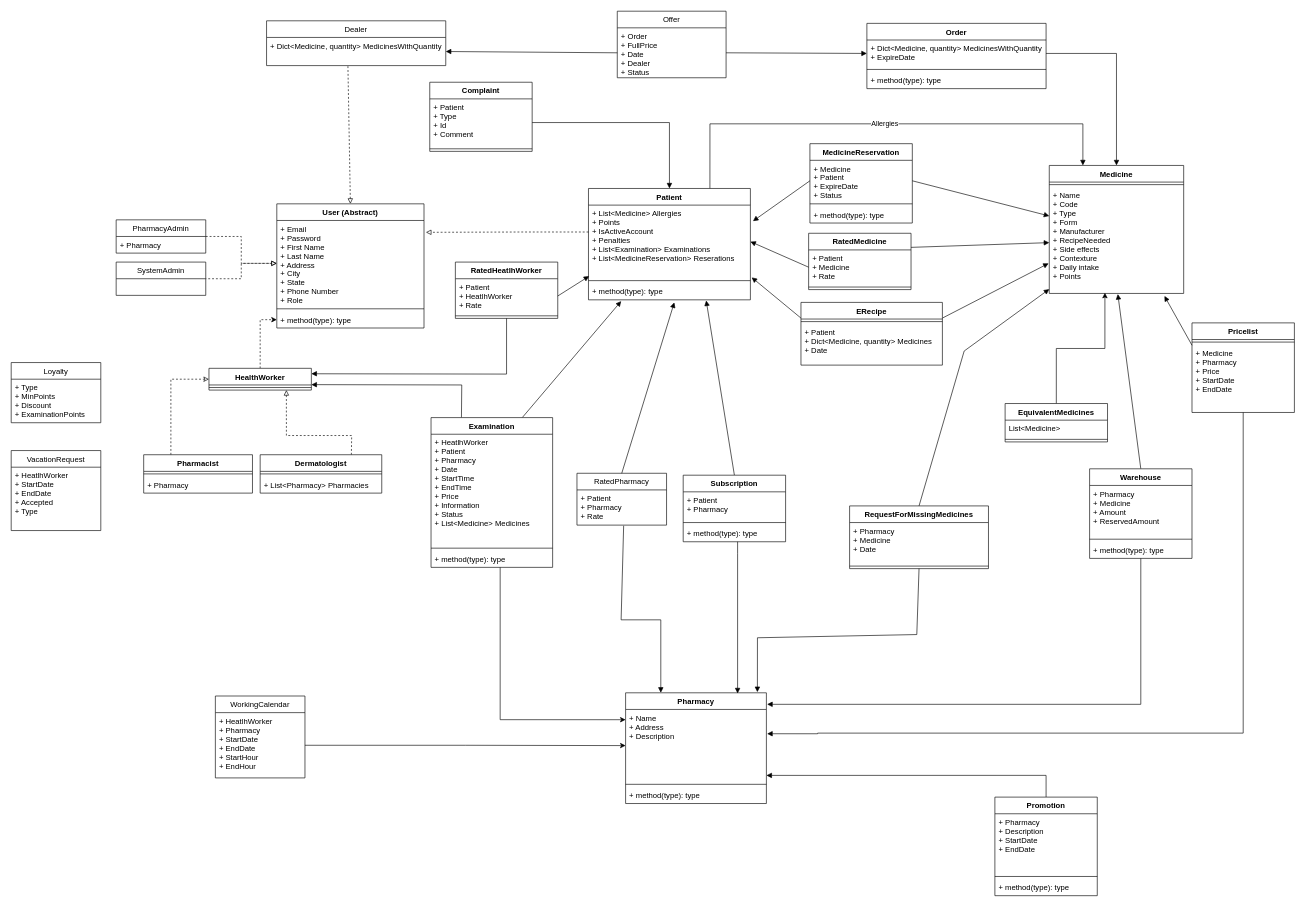
Before: code-design/class-diagram-model.drawio in One-E2-Team/ISA, a draw.io diagram. Source tidied: cells renumbered, new cells numbered last; positions are measured from the earlier drawing's top-left corner, leaving out a move shared by most shapes. Both pictures are drawn from the tidied source at 64%, with x=0, y=0 at pixel (11, 11).
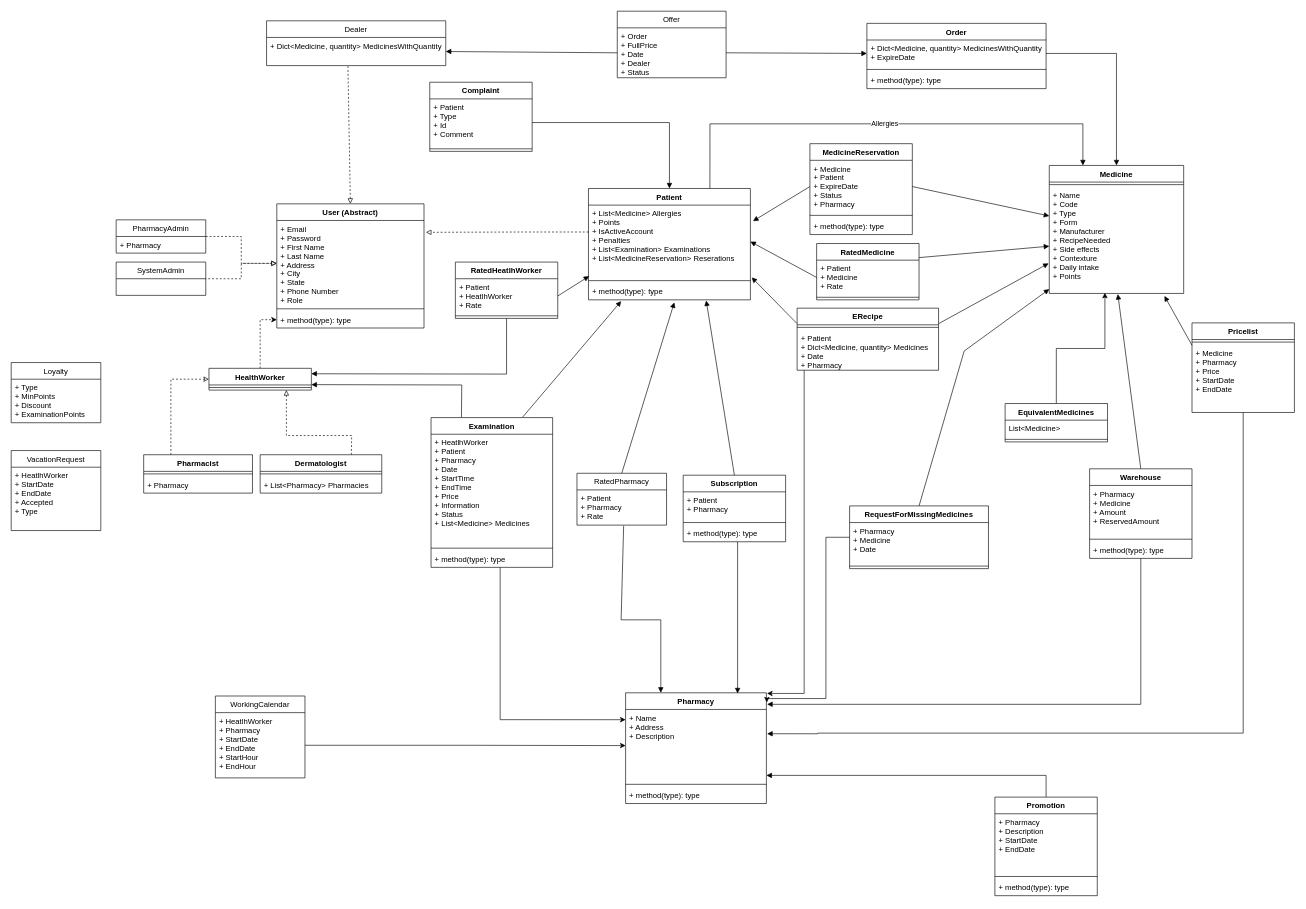
Above is the later version.

Commit message:
Added pharmacy in recipes

Unchanged cells that the change refers to:
```xml
<mxCell id="12" value="Pharmacy" style="swimlane;fontStyle=1;align=center;verticalAlign=top;horizontal=1;startSize=26;" parent="1" vertex="1">
  <mxGeometry x="960" y="1065" width="220" height="173" as="geometry" />
</mxCell>
<mxCell id="90" value="RequestForMissingMedicines" style="swimlane;fontStyle=1;align=center;verticalAlign=top;horizontal=1;startSize=26;" parent="1" vertex="1">
  <mxGeometry x="1310" y="773" width="217" height="98" as="geometry" />
</mxCell>
```

The edit, as a diff of the source:
```diff
@@
+    <mxCell id="121" style="edgeStyle=orthogonalEdgeStyle;rounded=0;jettySize=auto;html=1;" parent="1" edge="1" source="44">
+      <mxGeometry relative="1" as="geometry">
+        <mxPoint x="1181" y="1066" as="targetPoint" />
+        <Array as="points">
+          <mxPoint x="1239" y="1066" />
+        </Array>
+      </mxGeometry>
+    </mxCell>
     <mxCell id="44" value="ERecipe" style="swimlane;fontStyle=1;align=center;verticalAlign=top;horizontal=1;startSize=26;" parent="1" vertex="1">
-      <mxGeometry x="1234" y="455" width="221" height="98" as="geometry" />
+      <mxGeometry x="1228" y="464" width="221" height="97" as="geometry" />
     </mxCell>
@@
-    <mxCell id="46" value="+ Patient&#10;+ Dict&lt;Medicine, quantity&gt; Medicines&#10;+ Date" style="text;strokeColor=none;fillColor=none;align=left;verticalAlign=top;spacingLeft=4;spacingRight=4;overflow=hidden;" parent="44" vertex="1">
-      <mxGeometry y="34" width="221" height="64" as="geometry" />
+    <mxCell id="46" value="+ Patient&#10;+ Dict&lt;Medicine, quantity&gt; Medicines&#10;+ Date&#10;+ Pharmacy" style="text;strokeColor=none;fillColor=none;align=left;verticalAlign=top;spacingLeft=4;spacingRight=4;overflow=hidden;" parent="44" vertex="1">
+      <mxGeometry y="34" width="221" height="63" as="geometry" />
     </mxCell>
     <mxCell id="47" value="MedicineReservation&#10;" style="swimlane;fontStyle=1;align=center;verticalAlign=top;horizontal=1;startSize=26;" parent="1" vertex="1">
-      <mxGeometry x="1248" y="207" width="160" height="124" as="geometry" />
+      <mxGeometry x="1248" y="207" width="160" height="142" as="geometry" />
     </mxCell>
-    <mxCell id="48" value="+ Medicine&#10;+ Patient&#10;+ ExpireDate&#10;+ Status" style="text;strokeColor=none;fillColor=none;align=left;verticalAlign=top;spacingLeft=4;spacingRight=4;overflow=hidden;points=[[0,0.5],[1,0.5]];portConstraint=eastwest;" parent="47" vertex="1">
-      <mxGeometry y="26" width="160" height="64" as="geometry" />
+    <mxCell id="48" value="+ Medicine&#10;+ Patient&#10;+ ExpireDate&#10;+ Status&#10;+ Pharmacy" style="text;strokeColor=none;fillColor=none;align=left;verticalAlign=top;spacingLeft=4;spacingRight=4;overflow=hidden;points=[[0,0.5],[1,0.5]];portConstraint=eastwest;" parent="47" vertex="1">
+      <mxGeometry y="26" width="160" height="82" as="geometry" />
     </mxCell>
     <mxCell id="49" style="line;strokeWidth=1;fillColor=none;align=left;verticalAlign=middle;spacingTop=-1;spacingLeft=3;spacingRight=3;labelPosition=right;" parent="47" vertex="1">
-      <mxGeometry y="90" width="160" height="8" as="geometry" />
+      <mxGeometry y="108" width="160" height="8" as="geometry" />
     </mxCell>
     <mxCell id="50" value="+ method(type): type" style="text;strokeColor=none;fillColor=none;align=left;verticalAlign=top;spacingLeft=4;spacingRight=4;overflow=hidden;" parent="47" vertex="1">
-      <mxGeometry y="98" width="160" height="26" as="geometry" />
+      <mxGeometry y="116" width="160" height="26" as="geometry" />
     </mxCell>
@@
     <mxCell id="82" value="RatedMedicine&#10;" style="swimlane;fontStyle=1;align=center;verticalAlign=top;horizontal=1;startSize=26;" parent="1" vertex="1">
-      <mxGeometry x="1246" y="347" width="160" height="88" as="geometry" />
+      <mxGeometry x="1258.5" y="363" width="160" height="88" as="geometry" />
     </mxCell>
@@
+    <mxCell id="112" style="edgeStyle=orthogonalEdgeStyle;rounded=0;jettySize=auto;html=1;entryX=1.003;entryY=0.087;entryDx=0;entryDy=0;entryPerimeter=0;" parent="1" edge="1" source="90" target="12">
+      <mxGeometry relative="1" as="geometry">
+        <Array as="points">
+          <mxPoint x="1273" y="822" />
+          <mxPoint x="1273" y="1074" />
+          <mxPoint x="1181" y="1074" />
+        </Array>
+      </mxGeometry>
+    </mxCell>
@@
-    <mxCell id="112" style="edgeStyle=none;rounded=0;jettySize=auto;html=1;exitX=0.5;exitY=1;exitDx=0;exitDy=0;entryX=0.936;entryY=-0.006;entryDx=0;entryDy=0;entryPerimeter=0;startArrow=none;startFill=0;endArrow=block;endFill=1;" parent="1" edge="1" source="90" target="12">
-      <mxGeometry relative="1" as="geometry">
-        <Array as="points">
-          <mxPoint x="1415" y="974" />
-          <mxPoint x="1166" y="979" />
-        </Array>
-      </mxGeometry>
-    </mxCell>
```
